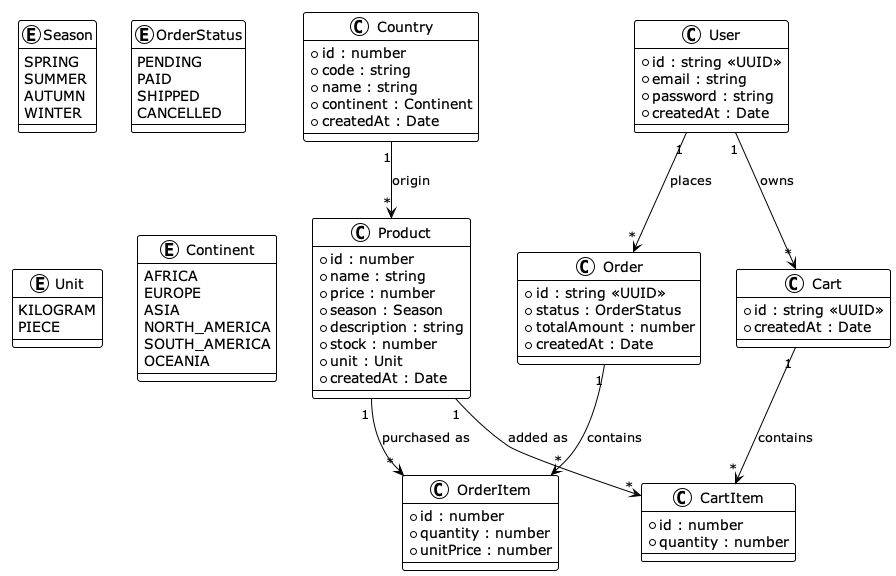
Earlier version of the PlantUML export conception/Modele-du-domaine-diagramme-classe-UML.png (shrp777/fruits-market-starter-kit). The source it was exported from:
```plantuml
@startuml
!theme plain

enum Season {
  SPRING
  SUMMER
  AUTUMN
  WINTER
}

enum OrderStatus {
  PENDING
  PAID
  SHIPPED
  CANCELLED
}

enum Unit {
  KILOGRAM
  PIECE
}

enum Continent {
  AFRICA
  EUROPE
  ASIA
  NORTH_AMERICA
  SOUTH_AMERICA
  OCEANIA
}

class Country {
  +id : number
  +code : string
  +name : string
  +continent : Continent
  +createdAt : Date
}

class Product {
  +id : number
  +name : string
  +price : number
  +season : Season
  +description : string
  +stock : number
  +unit : Unit
  +createdAt : Date
}

class User {
  +id : string <<UUID>>
  +email : string
  +password : string
  +createdAt : Date
}

class Cart {
  +id : string <<UUID>>
  +createdAt : Date
}

class CartItem {
  +id : number
  +quantity : number
}

class Order {
  +id : string <<UUID>>
  +status : OrderStatus
  +totalAmount : number
  +createdAt : Date
}

class OrderItem {
  +id : number
  +quantity : number
  +unitPrice : number
}

Country "1" --> "*" Product : origin

User "1" --> "*" Cart : owns
Cart "1" --> "*" CartItem : contains
Product "1" --> "*" CartItem : added as

User "1" --> "*" Order : places
Order "1" --> "*" OrderItem : contains
Product "1" --> "*" OrderItem : purchased as

@enduml
```
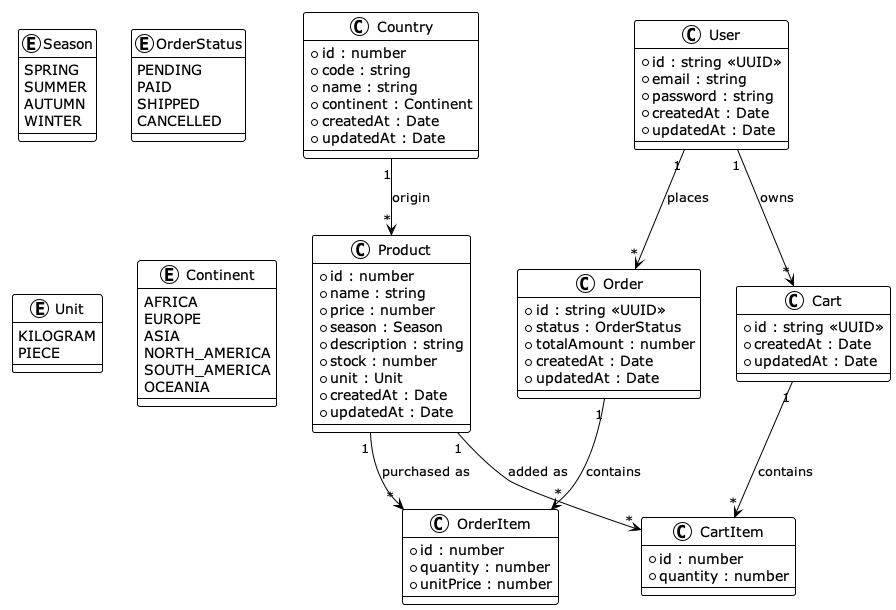
The same diagram one commit later.

Commit message:
mise à jour entité + diagrammes UML avec attribut updatedAt

What changed in the source:
```diff
@@ -35,6 +35,7 @@
   +name : string
   +continent : Continent
   +createdAt : Date
+  +updatedAt : Date
 }
 
 class Product {
@@ -46,6 +47,7 @@
   +stock : number
   +unit : Unit
   +createdAt : Date
+  +updatedAt : Date
 }
 
 class User {
@@ -53,11 +55,13 @@
   +email : string
   +password : string
   +createdAt : Date
+  +updatedAt : Date
 }
 
 class Cart {
   +id : string <<UUID>>
   +createdAt : Date
+  +updatedAt : Date
 }
 
 class CartItem {
@@ -70,6 +74,7 @@
   +status : OrderStatus
   +totalAmount : number
   +createdAt : Date
+  +updatedAt : Date
 }
 
 class OrderItem {
```
